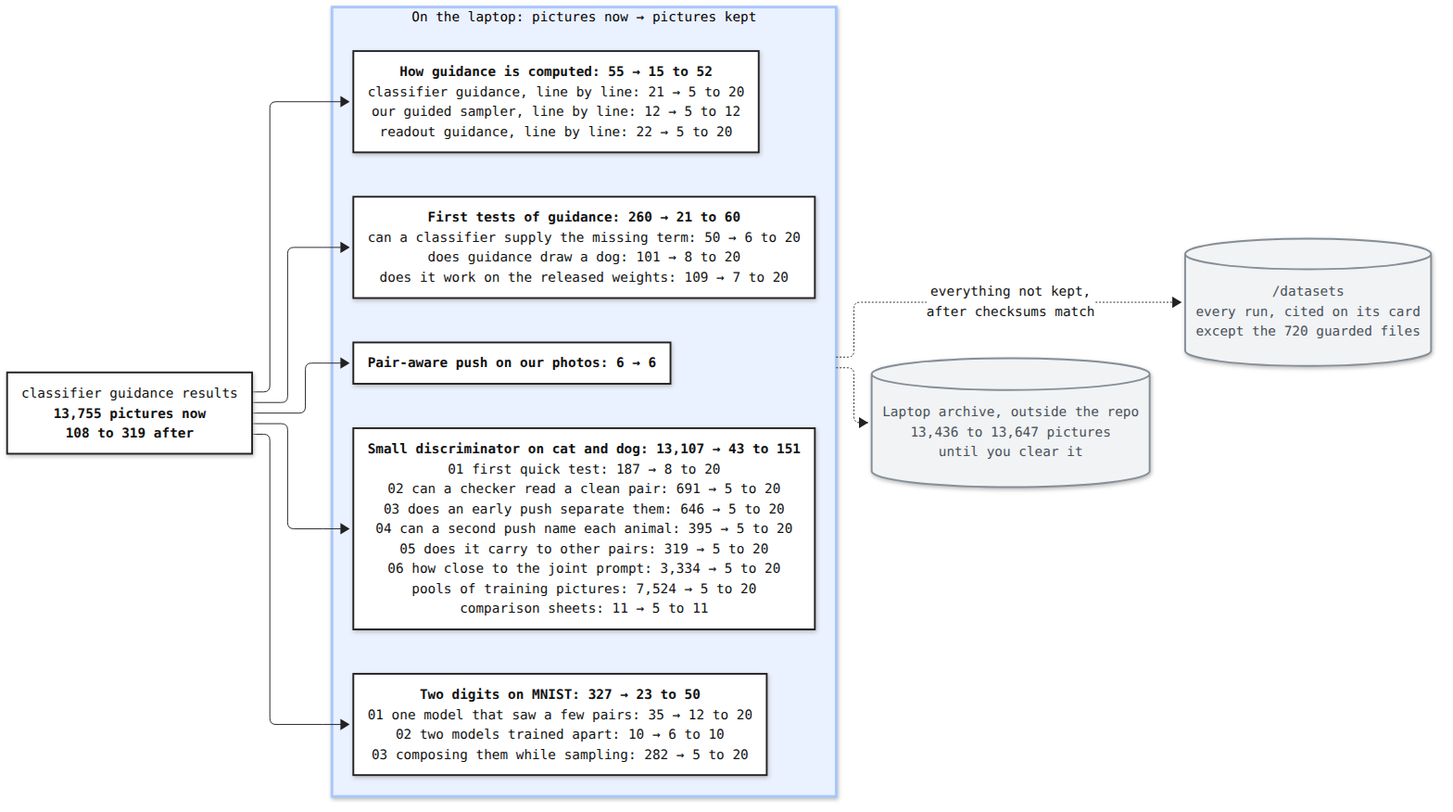
mo-rsa24/concept-composition keeps this Mermaid diagram as artifacts/notes/progress/organise-tree.png. Above is the earlier version. Its source is kept beside it as artifacts/notes/progress/organise-tree.mmd. Its diagram source:
```mermaid
%%{init: {'theme': 'base', 'flowchart': {'wrappingWidth': 760}, 'themeVariables': {'fontFamily': 'monospace', 'fontSize': '15px', 'primaryColor': '#ffffff', 'primaryBorderColor': '#222222', 'primaryTextColor': '#111111', 'lineColor': '#222222'}}}%%
flowchart LR
  classDef plain fill:#ffffff,stroke:#222222,stroke-width:2px,color:#111111
  classDef out fill:#f1f3f5,stroke:#868e96,stroke-width:2px,color:#495057

  R["classifier guidance results<br/><b>13,755 pictures now</b><br/><b>108 to 319 after</b>"]:::plain

  subgraph NEXT["On the laptop: pictures now → pictures kept"]
    direction TB
    A["<b>How guidance is computed: 55 → 15 to 52</b><br/>classifier guidance, line by line: 21 → 5 to 20<br/>our guided sampler, line by line: 12 → 5 to 12<br/>readout guidance, line by line: 22 → 5 to 20"]:::plain
    B["<b>First tests of guidance: 260 → 21 to 60</b><br/>can a classifier supply the missing term: 50 → 6 to 20<br/>does guidance draw a dog: 101 → 8 to 20<br/>does it work on the released weights: 109 → 7 to 20"]:::plain
    C["<b>Pair-aware push on our photos: 6 → 6</b>"]:::plain
    D["<b>Small discriminator on cat and dog: 13,107 → 43 to 151</b><br/>01 first quick test: 187 → 8 to 20<br/>02 can a checker read a clean pair: 691 → 5 to 20<br/>03 does an early push separate them: 646 → 5 to 20<br/>04 can a second push name each animal: 395 → 5 to 20<br/>05 does it carry to other pairs: 319 → 5 to 20<br/>06 how close to the joint prompt: 3,334 → 5 to 20<br/>pools of training pictures: 7,524 → 5 to 20<br/>comparison sheets: 11 → 5 to 11"]:::plain
    E["<b>Two digits on MNIST: 327 → 23 to 50</b><br/>01 one model that saw a few pairs: 35 → 12 to 20<br/>02 two models trained apart: 10 → 6 to 10<br/>03 composing them while sampling: 282 → 5 to 20"]:::plain
  end

  X[("/datasets<br/>every run, cited on its card<br/>except the 720 guarded files")]:::out
  Y[("Laptop archive, outside the repo<br/>13,436 to 13,647 pictures<br/>until you clear it")]:::out

  R --> A
  R --> B
  R --> C
  R --> D
  R --> E
  NEXT -.->|"everything not kept,<br/>after checksums match"| X
  NEXT -.-> Y
  style NEXT fill:#eaf1ff,stroke:#a8c7fa,stroke-width:3px
```
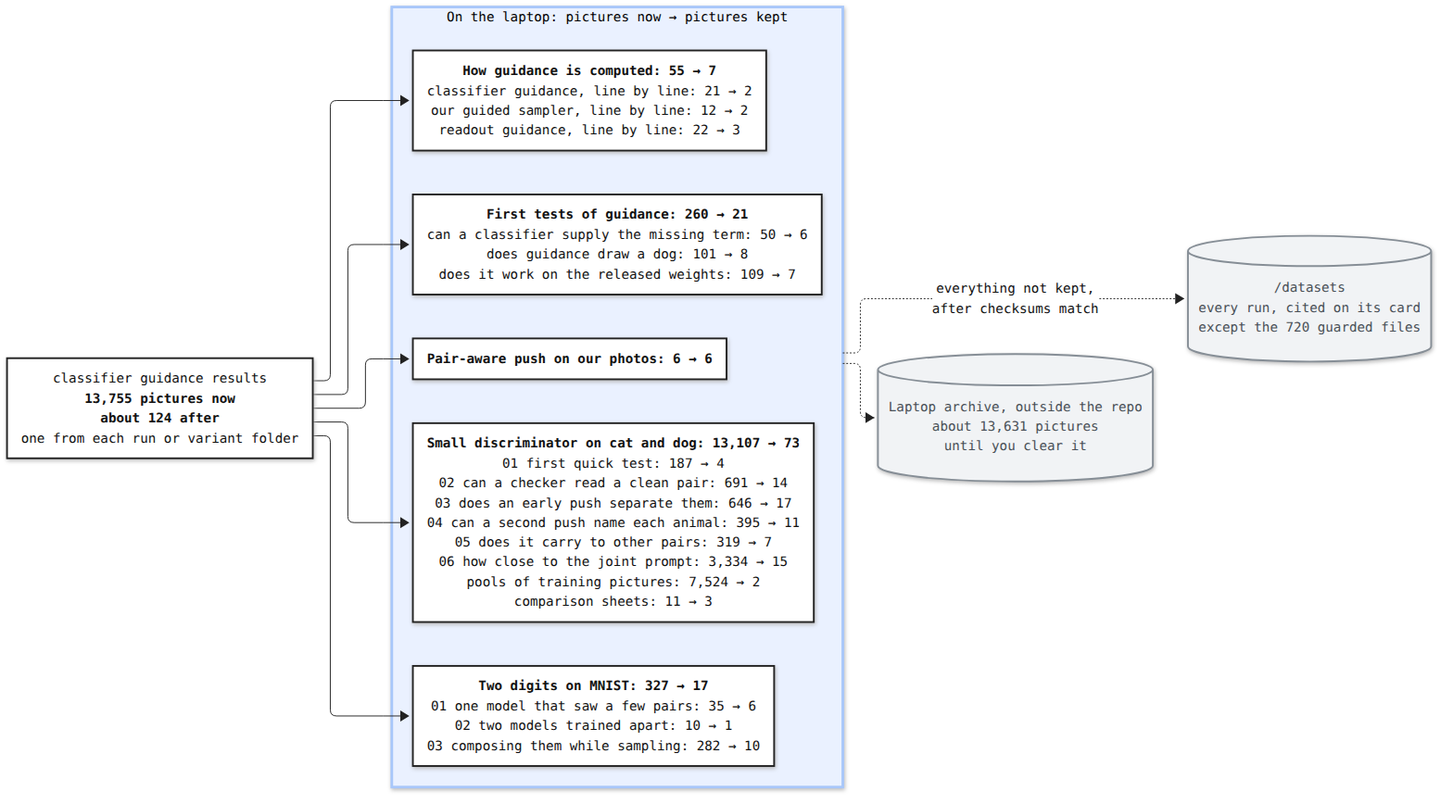
After the change.

Commit message:
Organise plan: keep one picture from each run or variant folder

Change to the diagram source:
```diff
@@ -3,19 +3,19 @@
   classDef plain fill:#ffffff,stroke:#222222,stroke-width:2px,color:#111111
   classDef out fill:#f1f3f5,stroke:#868e96,stroke-width:2px,color:#495057
 
-  R["classifier guidance results<br/><b>13,755 pictures now</b><br/><b>108 to 319 after</b>"]:::plain
+  R["classifier guidance results<br/><b>13,755 pictures now</b><br/><b>about 124 after</b><br/>one from each run or variant folder"]:::plain
 
   subgraph NEXT["On the laptop: pictures now → pictures kept"]
     direction TB
-    A["<b>How guidance is computed: 55 → 15 to 52</b><br/>classifier guidance, line by line: 21 → 5 to 20<br/>our guided sampler, line by line: 12 → 5 to 12<br/>readout guidance, line by line: 22 → 5 to 20"]:::plain
-    B["<b>First tests of guidance: 260 → 21 to 60</b><br/>can a classifier supply the missing term: 50 → 6 to 20<br/>does guidance draw a dog: 101 → 8 to 20<br/>does it work on the released weights: 109 → 7 to 20"]:::plain
+    A["<b>How guidance is computed: 55 → 7</b><br/>classifier guidance, line by line: 21 → 2<br/>our guided sampler, line by line: 12 → 2<br/>readout guidance, line by line: 22 → 3"]:::plain
+    B["<b>First tests of guidance: 260 → 21</b><br/>can a classifier supply the missing term: 50 → 6<br/>does guidance draw a dog: 101 → 8<br/>does it work on the released weights: 109 → 7"]:::plain
     C["<b>Pair-aware push on our photos: 6 → 6</b>"]:::plain
-    D["<b>Small discriminator on cat and dog: 13,107 → 43 to 151</b><br/>01 first quick test: 187 → 8 to 20<br/>02 can a checker read a clean pair: 691 → 5 to 20<br/>03 does an early push separate them: 646 → 5 to 20<br/>04 can a second push name each animal: 395 → 5 to 20<br/>05 does it carry to other pairs: 319 → 5 to 20<br/>06 how close to the joint prompt: 3,334 → 5 to 20<br/>pools of training pictures: 7,524 → 5 to 20<br/>comparison sheets: 11 → 5 to 11"]:::plain
-    E["<b>Two digits on MNIST: 327 → 23 to 50</b><br/>01 one model that saw a few pairs: 35 → 12 to 20<br/>02 two models trained apart: 10 → 6 to 10<br/>03 composing them while sampling: 282 → 5 to 20"]:::plain
+    D["<b>Small discriminator on cat and dog: 13,107 → 73</b><br/>01 first quick test: 187 → 4<br/>02 can a checker read a clean pair: 691 → 14<br/>03 does an early push separate them: 646 → 17<br/>04 can a second push name each animal: 395 → 11<br/>05 does it carry to other pairs: 319 → 7<br/>06 how close to the joint prompt: 3,334 → 15<br/>pools of training pictures: 7,524 → 2<br/>comparison sheets: 11 → 3"]:::plain
+    E["<b>Two digits on MNIST: 327 → 17</b><br/>01 one model that saw a few pairs: 35 → 6<br/>02 two models trained apart: 10 → 1<br/>03 composing them while sampling: 282 → 10"]:::plain
   end
 
   X[("/datasets<br/>every run, cited on its card<br/>except the 720 guarded files")]:::out
-  Y[("Laptop archive, outside the repo<br/>13,436 to 13,647 pictures<br/>until you clear it")]:::out
+  Y[("Laptop archive, outside the repo<br/>about 13,631 pictures<br/>until you clear it")]:::out
 
   R --> A
   R --> B
```
